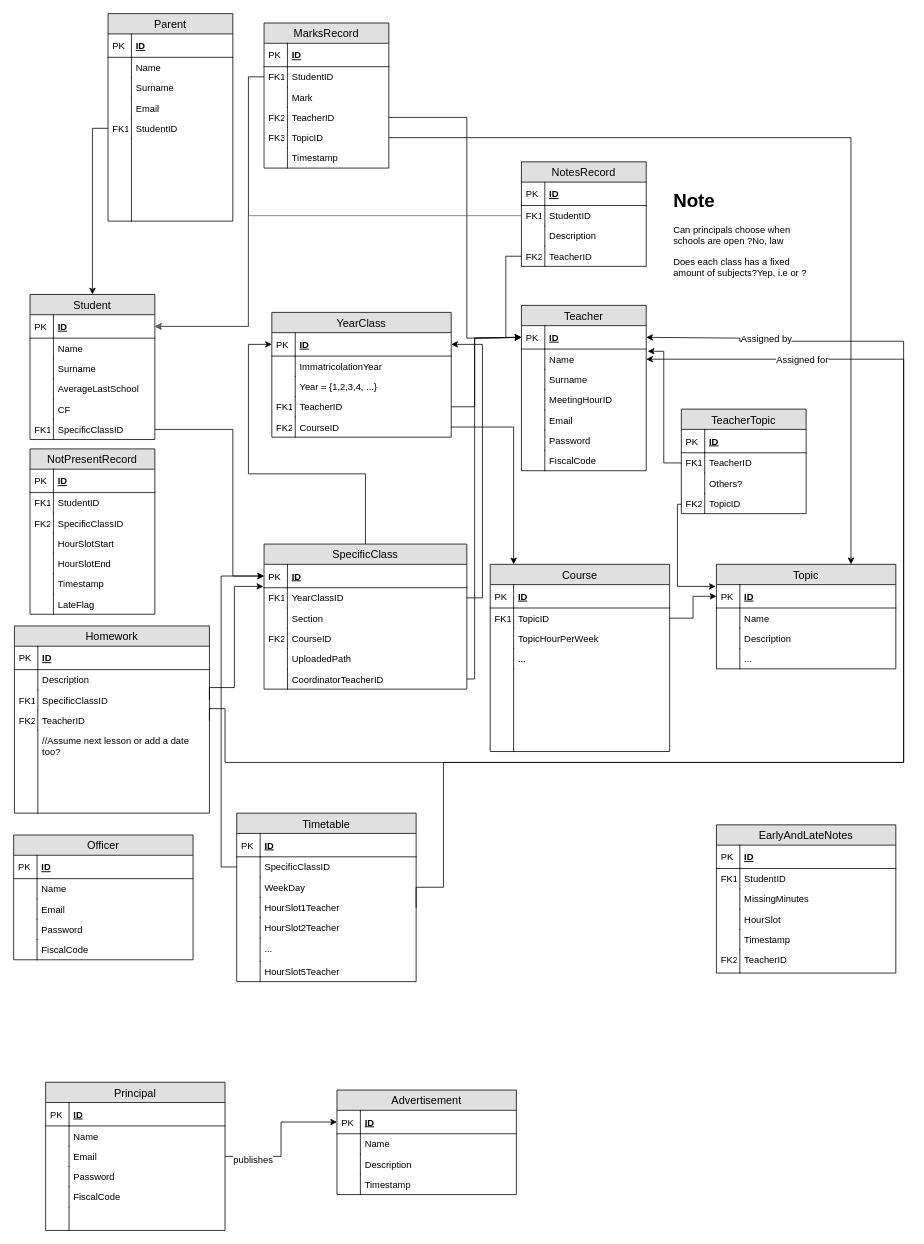
sordinho/Group-J---Digital-Student-Record keeps this draw.io diagram as Schema.drawio. Above is the earlier version. Source tidied: cells renumbered, new cells numbered last; positions are measured from the earlier drawing's top-left corner, leaving out a move shared by most shapes. Both pictures are drawn from the tidied source at 78%, with x=0, y=0 at pixel (13, 13).
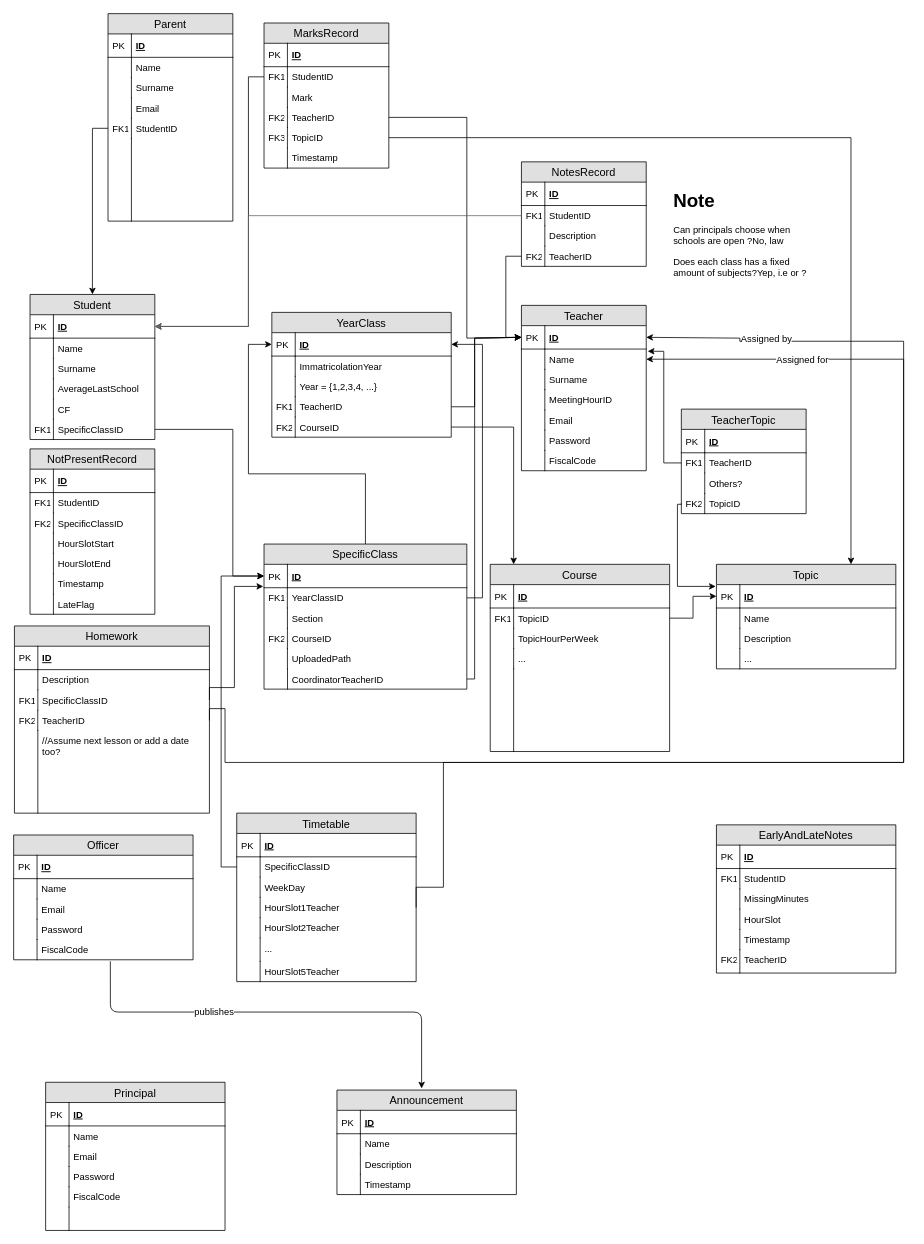
The same diagram, later.

The change refers to these unchanged cells:
```xml
<mxCell id="112" value="FiscalCode" style="shape=partialRectangle;top=0;left=0;right=0;bottom=0;align=left;verticalAlign=top;fillColor=none;spacingLeft=34;spacingRight=4;overflow=hidden;points=[[0,0.5],[1,0.5]];portConstraint=eastwest;fontSize=12;" parent="103" vertex="1">
  <mxGeometry y="134" width="230" height="26" as="geometry" />
</mxCell>
<mxCell id="119" value="Email" style="shape=partialRectangle;top=0;left=0;right=0;bottom=0;align=left;verticalAlign=top;fillColor=none;spacingLeft=34;spacingRight=4;overflow=hidden;points=[[0,0.5],[1,0.5]];portConstraint=eastwest;fontSize=12;" parent="114" vertex="1">
  <mxGeometry y="82" width="230" height="26" as="geometry" />
</mxCell>
<mxCell id="219" value="ID" style="shape=partialRectangle;top=0;left=0;right=0;bottom=1;align=left;verticalAlign=middle;fillColor=none;spacingLeft=34;spacingRight=4;overflow=hidden;points=[[0,0.5],[1,0.5]];portConstraint=eastwest;fontStyle=5;fontSize=12;" parent="218" vertex="1">
  <mxGeometry y="26" width="230" height="30" as="geometry" />
</mxCell>
```

The edit, as a diff of the source:
```diff
@@
-    <mxCell id="218" value="Advertisement" style="swimlane;fontStyle=0;horizontal=1;startSize=26;fillColor=#e0e0e0;swimlaneFillColor=#ffffff;align=center;fontSize=14;" parent="1" vertex="1">
+    <mxCell id="218" value="Announcement" style="swimlane;fontStyle=0;horizontal=1;startSize=26;fillColor=#e0e0e0;swimlaneFillColor=#ffffff;align=center;fontSize=14;" parent="1" vertex="1">
       <mxGeometry x="414.5" y="1380" width="230" height="134" as="geometry" />
     </mxCell>
@@
-    <mxCell id="227" style="edgeStyle=orthogonalEdgeStyle;rounded=0;jettySize=auto;html=1;exitX=1;exitY=0.5;exitDx=0;exitDy=0;entryX=0;entryY=0.5;entryDx=0;entryDy=0;" parent="1" edge="1" source="119" target="219">
-      <mxGeometry relative="1" as="geometry" />
-    </mxCell>
+    <mxCell id="229" style="endArrow=classic;html=1;exitX=0.539;exitY=1.077;exitDx=0;exitDy=0;exitPerimeter=0;entryX=0.472;entryY=-0.015;entryDx=0;entryDy=0;entryPerimeter=0;" parent="1" edge="1" source="112" target="218">
+      <mxGeometry relative="1" as="geometry">
+        <Array as="points">
+          <mxPoint x="124" y="1280" />
+          <mxPoint x="523" y="1280" />
+        </Array>
+      </mxGeometry>
+    </mxCell>
-    <mxCell id="228" value="publishes" style="text;html=1;align=center;verticalAlign=middle;labelBackgroundColor=#ffffff;" parent="227" vertex="1">
-      <mxGeometry x="-0.63" y="-4" relative="1" as="geometry" />
+    <mxCell id="228" value="publishes" style="text;html=1;align=center;verticalAlign=middle;labelBackgroundColor=#ffffff;" parent="229" vertex="1">
+      <mxGeometry x="-0.3" y="1" relative="1" as="geometry" />
     </mxCell>
```
